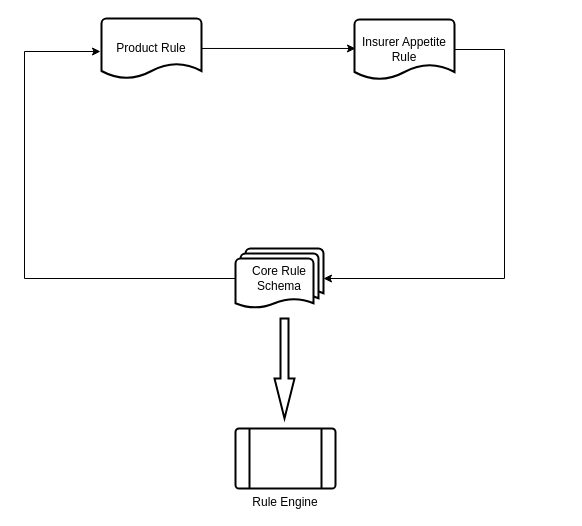
This is Untitled Diagram.drawio from liuchenhts/drawio, a draw.io file, before an edit. Source tidied: cells renumbered, new cells numbered last; positions are measured from the earlier drawing's top-left corner, leaving out a move shared by most shapes. Both pictures are drawn from the tidied source at 100%, with x=0, y=0 at pixel (24, 18).
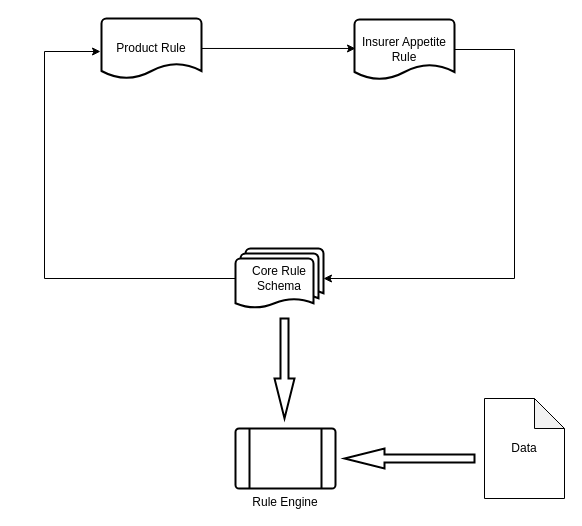
The same page after the edit.

Change to the diagram source:
```diff
@@
 <mxGraphModel>
   <root>
     <mxCell id="0" />
     <mxCell id="1" parent="0" />
     <mxCell id="2" style="edgeStyle=orthogonalEdgeStyle;rounded=0;jettySize=auto;html=1;entryX=-0.01;entryY=0.55;entryDx=0;entryDy=0;entryPerimeter=0;" parent="1" edge="1" source="3" target="7">
       <mxGeometry relative="1" as="geometry">
         <Array as="points">
-          <mxPoint y="260" />
-          <mxPoint y="33" />
+          <mxPoint x="20" y="260" />
+          <mxPoint x="20" y="33" />
         </Array>
       </mxGeometry>
     </mxCell>
     <mxCell id="3" value="Core Rule Schema" style="strokeWidth=2;html=1;shape=mxgraph.flowchart.multi-document;whiteSpace=wrap;" parent="1" vertex="1">
       <mxGeometry x="211" y="230" width="88" height="60" as="geometry" />
     </mxCell>
     <mxCell id="4" value="Rule Engine" style="verticalLabelPosition=bottom;verticalAlign=top;html=1;strokeWidth=2;shape=process;whiteSpace=wrap;rounded=1;size=0.14;arcSize=6;" parent="1" vertex="1">
       <mxGeometry x="211" y="410" width="100" height="60" as="geometry" />
     </mxCell>
     <mxCell id="5" style="verticalLabelPosition=bottom;verticalAlign=top;html=1;strokeWidth=2;shape=mxgraph.arrows2.arrow;dy=0.6;dx=40;notch=0;direction=south;" parent="1" vertex="1">
       <mxGeometry x="250" y="300" width="20" height="100" as="geometry" />
     </mxCell>
     <mxCell id="6" style="edgeStyle=orthogonalEdgeStyle;rounded=0;jettySize=auto;html=1;entryX=0.01;entryY=0.483;entryDx=0;entryDy=0;entryPerimeter=0;" parent="1" edge="1" source="7" target="9">
       <mxGeometry relative="1" as="geometry" />
     </mxCell>
     <mxCell id="7" value="Product Rule" style="strokeWidth=2;html=1;shape=mxgraph.flowchart.document2;whiteSpace=wrap;size=0.25;" parent="1" vertex="1">
       <mxGeometry x="77" width="100" height="60" as="geometry" />
     </mxCell>
     <mxCell id="8" style="edgeStyle=orthogonalEdgeStyle;rounded=0;jettySize=auto;html=1;entryX=1;entryY=0.5;entryDx=0;entryDy=0;entryPerimeter=0;" parent="1" edge="1" source="9" target="3">
       <mxGeometry relative="1" as="geometry">
         <Array as="points">
-          <mxPoint x="480" y="31" />
-          <mxPoint x="480" y="260" />
+          <mxPoint x="490" y="31" />
+          <mxPoint x="490" y="260" />
         </Array>
       </mxGeometry>
     </mxCell>
     <mxCell id="9" value="Insurer Appetite Rule" style="strokeWidth=2;html=1;shape=mxgraph.flowchart.document2;whiteSpace=wrap;size=0.25;" parent="1" vertex="1">
       <mxGeometry x="330" y="1" width="100" height="60" as="geometry" />
     </mxCell>
+    <mxCell id="10" value="Data" style="shape=note;whiteSpace=wrap;html=1;backgroundOutline=1;darkOpacity=0.05;" parent="1" vertex="1">
+      <mxGeometry x="460" y="380" width="80" height="100" as="geometry" />
+    </mxCell>
+    <mxCell id="11" style="verticalLabelPosition=bottom;verticalAlign=top;html=1;strokeWidth=2;shape=mxgraph.arrows2.arrow;dy=0.6;dx=40;notch=0;direction=west;" parent="1" vertex="1">
+      <mxGeometry x="320" y="430" width="130" height="20" as="geometry" />
+    </mxCell>
   </root>
 </mxGraphModel>
```
